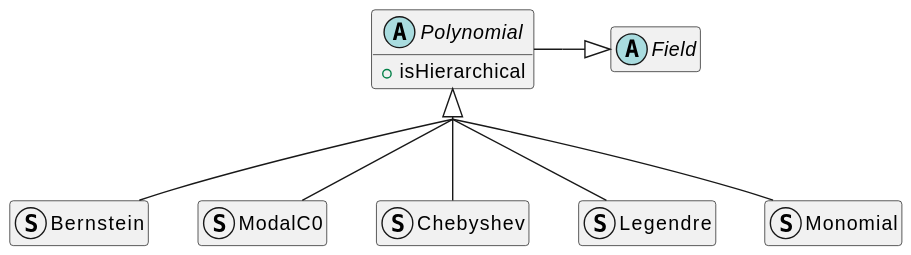
Before: docs/src/assets/poly_1.svg, a diagram exported from PlantUML (gridap/Gridap.jl).
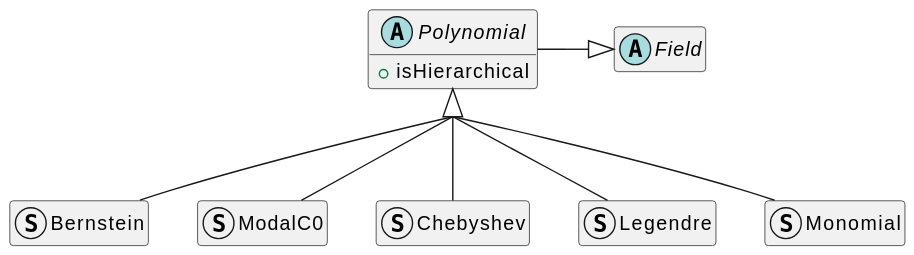
Above is the later version.

Diff of the diagram source:
```diff
@@ -18,9 +18,9 @@
   struct Bernstein
 }
 
-Polynomial <|-- Monomial
-Polynomial <|-- Legendre
-Polynomial <|-- Chebyshev
-Polynomial <|-- ModalC0
-Polynomial <|-- Bernstein
+Polynomial <|.. Monomial
+Polynomial <|.. Legendre
+Polynomial <|.. Chebyshev
+Polynomial <|.. ModalC0
+Polynomial <|.. Bernstein
 @enduml
```
